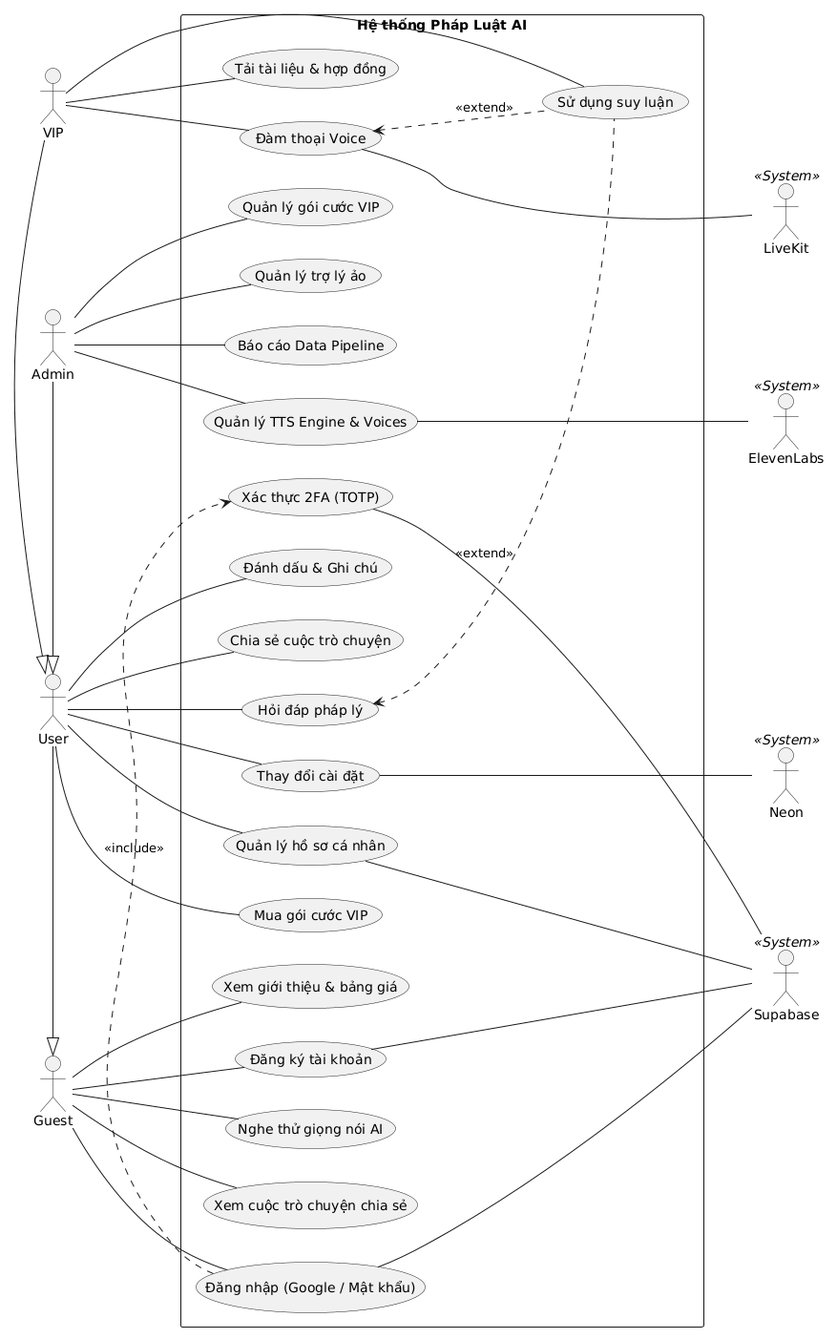
Earlier version of the PlantUML export docs/1. Tổng quan đề tài/1.3. Bài toán nghiệp vụ/UseCase.png (20206205Tech/docs-markdown).
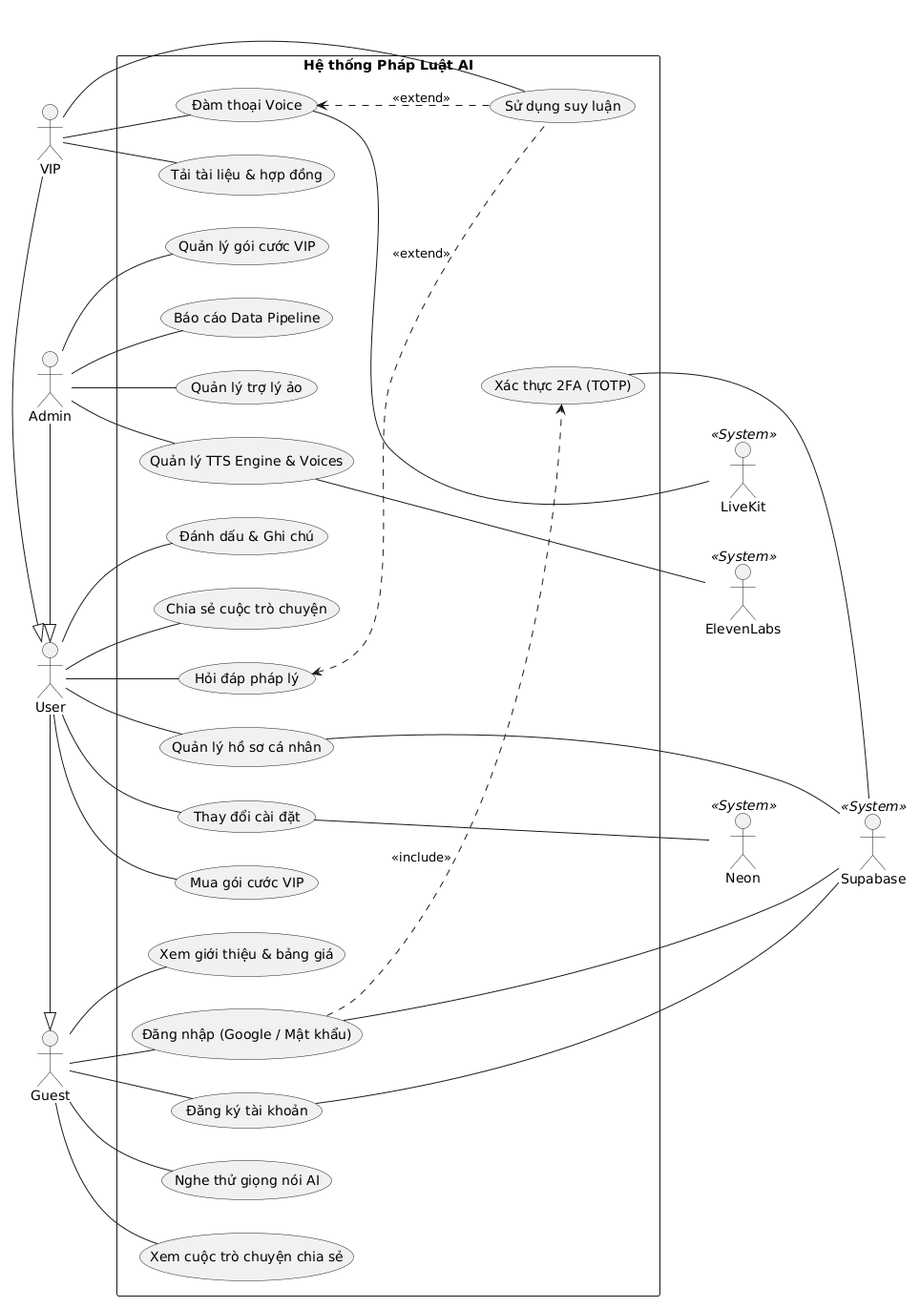
Above is the later version.

Diff of the diagram source:
```diff
@@ -44,7 +44,6 @@
   usecase "Quản lý gói cước VIP" as UC_Admin4
   usecase "Báo cáo Data Pipeline" as UC_Admin5
 
-  usecase "Tải tài liệu & hợp đồng" as UC_VIP3
 
   usecase "Xem giới thiệu & bảng giá" as UC_Guest1
   usecase "Đăng ký tài khoản" as UC_Guest2
@@ -60,10 +59,15 @@
   usecase "Đánh dấu & Ghi chú" as UC_User6
   usecase "Chia sẻ cuộc trò chuyện" as UC_User7
 
-  usecase "Sử dụng suy luận" as UC_VIP1
   usecase "Đàm thoại Voice" as UC_VIP2
 
-  (UC_Guest3) .> (UC_User1) : <<include>>
+
+  usecase "Tải tài liệu & hợp đồng" as UC_VIP3
+
+  usecase "Sử dụng suy luận" as UC_VIP1
+
+
+  (UC_Guest3) ..> (UC_User1) : <<include>>
   (UC_User4) <.. (UC_VIP1) : <<extend>>
   (UC_VIP2) <.. (UC_VIP1) : <<extend>>
 }
```
